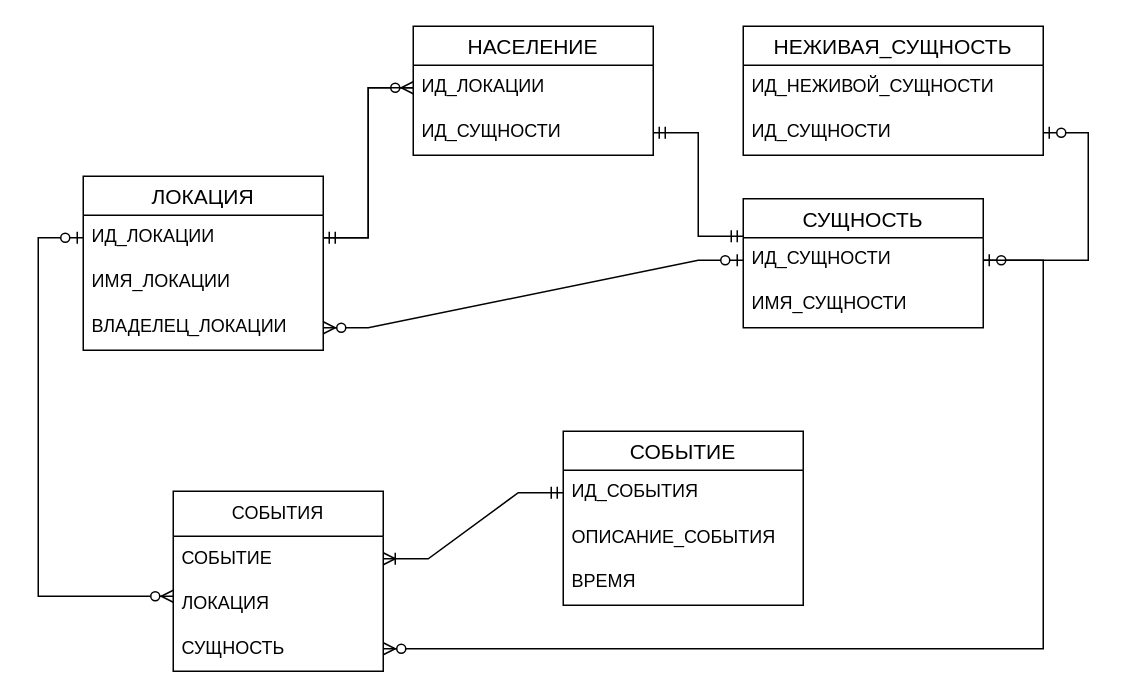
This is bd1.drawio from Zerumi/bd1_180223_367837, a draw.io file, before an edit. Source tidied: cells renumbered, new cells numbered last; positions are measured from the earlier drawing's top-left corner, leaving out a move shared by most shapes. Both pictures are drawn from the tidied source at 150%, with x=0, y=0 at pixel (38, 26).
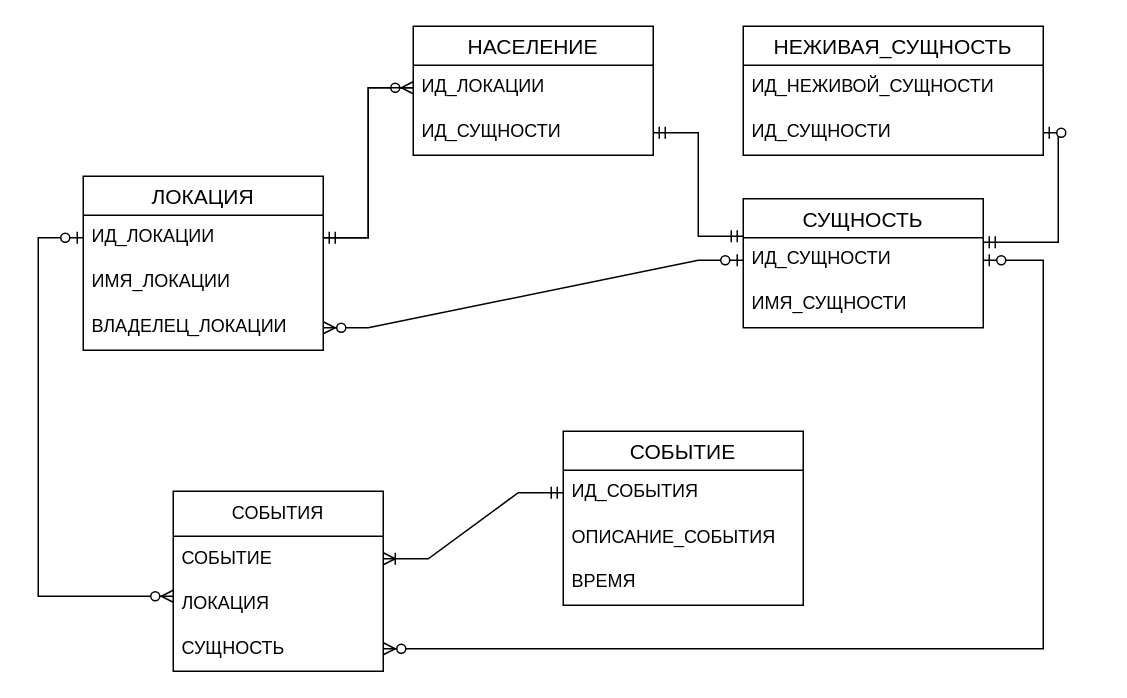
The same page after the edit.

Commit message:
infological relations fixed

Unchanged cells that the change refers to:
```xml
<mxCell id="7" value="ИД_СУЩНОСТИ" style="text;strokeColor=none;fillColor=none;spacingLeft=4;spacingRight=4;overflow=hidden;points=[[0,0.5],[1,0.5]];portConstraint=eastwest;fontSize=12;" parent="6" vertex="1">
  <mxGeometry y="26" width="160" height="30" as="geometry" />
</mxCell>
<mxCell id="29" value="ИД_СУЩНОСТИ" style="text;strokeColor=none;fillColor=none;spacingLeft=4;spacingRight=4;overflow=hidden;points=[[0,0.5],[1,0.5]];portConstraint=eastwest;fontSize=12;" parent="27" vertex="1">
  <mxGeometry y="56" width="200" height="30" as="geometry" />
</mxCell>
```

Change to the diagram source:
```diff
@@
-    <mxCell id="30" style="edgeStyle=entityRelationEdgeStyle;fontSize=12;html=1;endArrow=ERzeroToOne;endFill=1;rounded=0;" parent="1" edge="1" source="7" target="29">
+    <mxCell id="30" style="edgeStyle=orthogonalEdgeStyle;fontSize=12;html=1;endArrow=ERzeroToOne;startArrow=ERmandOne;rounded=0;entryX=1;entryY=0.5;entryDx=0;entryDy=0;exitX=1;exitY=0.1;exitDx=0;exitDy=0;exitPerimeter=0;" parent="1" edge="1" source="7" target="29">
       <mxGeometry relative="1" as="geometry" />
     </mxCell>
```
